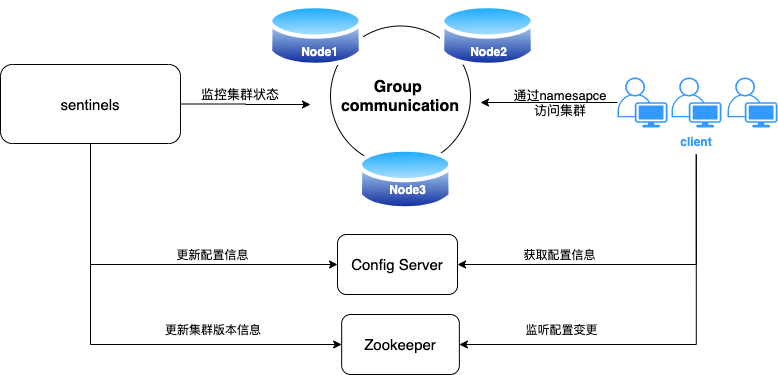
a306388298/test keeps this draw.io diagram as pxc cluster.png. Above is the earlier version. Source tidied: cells renumbered, new cells last; positions are measured from the earlier drawing's top-left corner, leaving out a move shared by most shapes. Its diagram source:
```xml
<mxGraphModel>
  <root>
    <mxCell id="0" />
    <mxCell id="1" parent="0" />
    <mxCell id="2" value="&lt;b style=&quot;font-size: 16px&quot;&gt;Group &lt;br&gt;communication&lt;/b&gt;" style="ellipse;whiteSpace=wrap;html=1;" parent="1" vertex="1">
      <mxGeometry x="330" y="25.5" width="140" height="140" as="geometry" />
    </mxCell>
    <mxCell id="3" style="perimeter=ellipsePerimeter;html=1;align=center;shadow=0;dashed=0;spacingTop=3;image;image=img/lib/active_directory/database.svg;verticalAlign=bottom;" parent="1" vertex="1">
      <mxGeometry x="268" y="0.5" width="94.6" height="70" as="geometry" />
    </mxCell>
    <mxCell id="4" value="Node1" style="rounded=0;whiteSpace=wrap;html=1;labelBackgroundColor=none;labelBorderColor=none;strokeColor=none;fillColor=none;fontColor=#FFFFFF;fontStyle=1;" parent="1" vertex="1">
      <mxGeometry x="274.6" y="40.5" width="89" height="20" as="geometry" />
    </mxCell>
    <mxCell id="5" style="perimeter=ellipsePerimeter;html=1;align=center;shadow=0;dashed=0;spacingTop=3;image;image=img/lib/active_directory/database.svg;verticalAlign=bottom;" parent="1" vertex="1">
      <mxGeometry x="357.7" y="144" width="94.6" height="70" as="geometry" />
    </mxCell>
    <mxCell id="6" value="Node3" style="rounded=0;whiteSpace=wrap;html=1;labelBackgroundColor=none;labelBorderColor=none;strokeColor=none;fillColor=none;fontColor=#FFFFFF;fontStyle=1;" parent="1" vertex="1">
      <mxGeometry x="361.7" y="174" width="90.5" height="30" as="geometry" />
    </mxCell>
    <mxCell id="7" style="perimeter=ellipsePerimeter;html=1;align=center;shadow=0;dashed=0;spacingTop=3;image;image=img/lib/active_directory/database.svg;verticalAlign=bottom;" parent="1" vertex="1">
      <mxGeometry x="440" y="0.5" width="94.6" height="70" as="geometry" />
    </mxCell>
    <mxCell id="8" value="Node2" style="rounded=0;whiteSpace=wrap;html=1;labelBackgroundColor=none;labelBorderColor=none;strokeColor=none;fillColor=none;fontColor=#FFFFFF;fontStyle=1;" parent="1" vertex="1">
      <mxGeometry x="442" y="40.5" width="92.7" height="20" as="geometry" />
    </mxCell>
    <mxCell id="9" style="points=[[0.35,0,0],[0.98,0.51,0],[1,0.71,0],[0.67,1,0],[0,0.795,0],[0,0.65,0]];verticalLabelPosition=bottom;html=1;verticalAlign=top;align=center;shape=mxgraph.cisco19.user;strokeColor=none;fillColor=#3399FF;" parent="1" vertex="1">
      <mxGeometry x="671" y="77" width="50" height="50" as="geometry" />
    </mxCell>
    <mxCell id="10" style="edgeStyle=orthogonalEdgeStyle;rounded=0;jettySize=auto;html=1;" parent="1" edge="1" source="11">
      <mxGeometry relative="1" as="geometry">
        <mxPoint x="480" y="102" as="targetPoint" />
      </mxGeometry>
    </mxCell>
    <mxCell id="11" style="points=[[0.35,0,0],[0.98,0.51,0],[1,0.71,0],[0.67,1,0],[0,0.795,0],[0,0.65,0]];verticalLabelPosition=bottom;html=1;verticalAlign=top;align=center;shape=mxgraph.cisco19.user;strokeColor=none;fillColor=#3399FF;" parent="1" vertex="1">
      <mxGeometry x="617" y="77" width="50" height="50" as="geometry" />
    </mxCell>
    <mxCell id="12" style="verticalLabelPosition=bottom;html=1;verticalAlign=top;align=center;shape=mxgraph.cisco19.user;strokeColor=none;fillColor=#3399FF;" parent="1" vertex="1">
      <mxGeometry x="727" y="77" width="50" height="50" as="geometry" />
    </mxCell>
    <mxCell id="13" style="edgeStyle=orthogonalEdgeStyle;rounded=0;jettySize=auto;html=1;exitX=0.5;exitY=1;exitDx=0;exitDy=0;entryX=1;entryY=0.5;entryDx=0;entryDy=0;" parent="1" edge="1" source="15" target="23">
      <mxGeometry relative="1" as="geometry" />
    </mxCell>
    <mxCell id="14" style="edgeStyle=orthogonalEdgeStyle;rounded=0;jettySize=auto;html=1;exitX=0.5;exitY=1;exitDx=0;exitDy=0;entryX=1;entryY=0.5;entryDx=0;entryDy=0;" parent="1" edge="1" source="15" target="24">
      <mxGeometry relative="1" as="geometry" />
    </mxCell>
    <mxCell id="15" value="&lt;font color=&quot;#3399ff&quot;&gt;&lt;b&gt;client&lt;/b&gt;&lt;/font&gt;" style="rounded=1;whiteSpace=wrap;html=1;fillColor=none;strokeColor=none;" parent="1" vertex="1">
      <mxGeometry x="652" y="127" width="87.5" height="27" as="geometry" />
    </mxCell>
    <mxCell id="16" style="edgeStyle=orthogonalEdgeStyle;rounded=0;jettySize=auto;html=1;exitX=1;exitY=0.5;exitDx=0;exitDy=0;" parent="1" edge="1" source="19">
      <mxGeometry relative="1" as="geometry">
        <mxPoint x="310" y="104" as="targetPoint" />
      </mxGeometry>
    </mxCell>
    <mxCell id="17" style="edgeStyle=orthogonalEdgeStyle;rounded=0;jettySize=auto;html=1;exitX=0.5;exitY=1;exitDx=0;exitDy=0;entryX=0;entryY=0.5;entryDx=0;entryDy=0;" parent="1" edge="1" source="19" target="23">
      <mxGeometry relative="1" as="geometry" />
    </mxCell>
    <mxCell id="18" style="edgeStyle=orthogonalEdgeStyle;rounded=0;jettySize=auto;html=1;exitX=0.5;exitY=1;exitDx=0;exitDy=0;entryX=0;entryY=0.5;entryDx=0;entryDy=0;" parent="1" edge="1" source="19" target="24">
      <mxGeometry relative="1" as="geometry" />
    </mxCell>
    <mxCell id="19" value="&lt;span style=&quot;font-size: 15px&quot;&gt;sentinels&lt;/span&gt;" style="rounded=1;whiteSpace=wrap;html=1;" parent="1" vertex="1">
      <mxGeometry y="64" width="180" height="79" as="geometry" />
    </mxCell>
    <mxCell id="20" value="&lt;font style=&quot;font-size: 13px&quot;&gt;监控集群状态&lt;/font&gt;" style="text;html=1;strokeColor=none;fillColor=none;align=center;verticalAlign=middle;whiteSpace=wrap;rounded=0;" parent="1" vertex="1">
      <mxGeometry x="200" y="84" width="80" height="20" as="geometry" />
    </mxCell>
    <mxCell id="21" value="获取配置信息" style="text;html=1;strokeColor=none;fillColor=none;align=center;verticalAlign=middle;whiteSpace=wrap;rounded=0;" parent="1" vertex="1">
      <mxGeometry x="517.3" y="244" width="85.4" height="20" as="geometry" />
    </mxCell>
    <mxCell id="22" value="&lt;font style=&quot;font-size: 13px&quot;&gt;通过namesapce&lt;br&gt;访问集群&lt;br&gt;&lt;/font&gt;" style="text;html=1;strokeColor=none;fillColor=none;align=center;verticalAlign=middle;whiteSpace=wrap;rounded=0;" parent="1" vertex="1">
      <mxGeometry x="510" y="82" width="100" height="40" as="geometry" />
    </mxCell>
    <mxCell id="23" value="&lt;span style=&quot;font-size: 15px&quot;&gt;Config Server&lt;/span&gt;" style="rounded=1;whiteSpace=wrap;html=1;" parent="1" vertex="1">
      <mxGeometry x="337" y="234" width="120" height="60" as="geometry" />
    </mxCell>
    <mxCell id="24" value="&lt;span style=&quot;font-size: 15px&quot;&gt;Zookeeper&lt;/span&gt;" style="rounded=1;whiteSpace=wrap;html=1;" parent="1" vertex="1">
      <mxGeometry x="341.2" y="314" width="117.7" height="60" as="geometry" />
    </mxCell>
    <mxCell id="25" value="监听配置变更" style="text;html=1;strokeColor=none;fillColor=none;align=center;verticalAlign=middle;whiteSpace=wrap;rounded=0;" parent="1" vertex="1">
      <mxGeometry x="510" y="319" width="102.7" height="20" as="geometry" />
    </mxCell>
    <mxCell id="26" value="更新配置信息" style="text;html=1;strokeColor=none;fillColor=none;align=center;verticalAlign=middle;whiteSpace=wrap;rounded=0;" parent="1" vertex="1">
      <mxGeometry x="170" y="244" width="85.4" height="20" as="geometry" />
    </mxCell>
    <mxCell id="27" value="更新集群版本信息" style="text;html=1;strokeColor=none;fillColor=none;align=center;verticalAlign=middle;whiteSpace=wrap;rounded=0;" parent="1" vertex="1">
      <mxGeometry x="162.7" y="319" width="100" height="20" as="geometry" />
    </mxCell>
  </root>
</mxGraphModel>
```
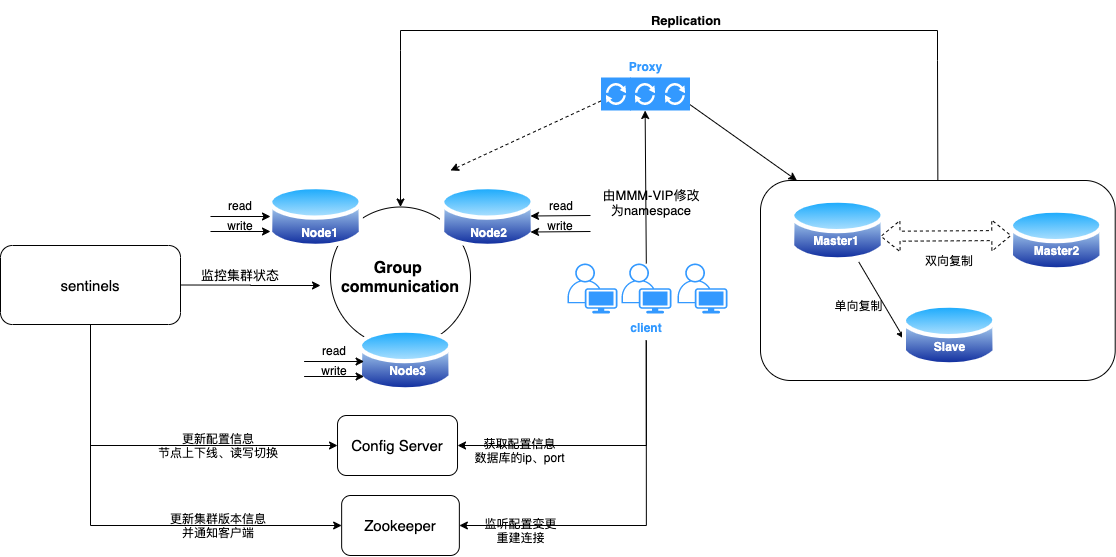
Above is the later version.

Diff of the diagram source:
```diff
@@ -2,6 +2,19 @@
   <root>
     <mxCell id="0" />
     <mxCell id="1" parent="0" />
+    <mxCell id="28" style="edgeStyle=none;rounded=0;jettySize=auto;html=1;exitX=0.5;exitY=0;exitDx=0;exitDy=0;entryX=0.5;entryY=0;entryDx=0;entryDy=0;" parent="1" edge="1" source="29" target="2">
+      <mxGeometry relative="1" as="geometry">
+        <Array as="points">
+          <mxPoint x="937" y="-121" />
+          <mxPoint x="937" y="-151" />
+          <mxPoint x="400" y="-151" />
+          <mxPoint x="400" y="-131" />
+        </Array>
+      </mxGeometry>
+    </mxCell>
+    <mxCell id="29" style="rounded=1;whiteSpace=wrap;html=1;" parent="1" vertex="1">
+      <mxGeometry x="760" y="-1" width="354.7" height="200" as="geometry" />
+    </mxCell>
     <mxCell id="2" value="&lt;b style=&quot;font-size: 16px&quot;&gt;Group &lt;br&gt;communication&lt;/b&gt;" style="ellipse;whiteSpace=wrap;html=1;" parent="1" vertex="1">
       <mxGeometry x="330" y="25.5" width="140" height="140" as="geometry" />
     </mxCell>
@@ -23,19 +36,17 @@
     <mxCell id="8" value="Node2" style="rounded=0;whiteSpace=wrap;html=1;labelBackgroundColor=none;labelBorderColor=none;strokeColor=none;fillColor=none;fontColor=#FFFFFF;fontStyle=1;" parent="1" vertex="1">
       <mxGeometry x="442" y="40.5" width="92.7" height="20" as="geometry" />
     </mxCell>
+    <mxCell id="30" style="edgeStyle=none;rounded=0;jettySize=auto;html=1;" parent="1" edge="1" source="9" target="53">
+      <mxGeometry relative="1" as="geometry" />
+    </mxCell>
     <mxCell id="9" style="points=[[0.35,0,0],[0.98,0.51,0],[1,0.71,0],[0.67,1,0],[0,0.795,0],[0,0.65,0]];verticalLabelPosition=bottom;html=1;verticalAlign=top;align=center;shape=mxgraph.cisco19.user;strokeColor=none;fillColor=#3399FF;" parent="1" vertex="1">
-      <mxGeometry x="671" y="77" width="50" height="50" as="geometry" />
+      <mxGeometry x="621" y="82" width="50" height="50" as="geometry" />
     </mxCell>
-    <mxCell id="10" style="edgeStyle=orthogonalEdgeStyle;rounded=0;jettySize=auto;html=1;" parent="1" edge="1" source="11">
-      <mxGeometry relative="1" as="geometry">
-        <mxPoint x="480" y="102" as="targetPoint" />
-      </mxGeometry>
-    </mxCell>
     <mxCell id="11" style="points=[[0.35,0,0],[0.98,0.51,0],[1,0.71,0],[0.67,1,0],[0,0.795,0],[0,0.65,0]];verticalLabelPosition=bottom;html=1;verticalAlign=top;align=center;shape=mxgraph.cisco19.user;strokeColor=none;fillColor=#3399FF;" parent="1" vertex="1">
-      <mxGeometry x="617" y="77" width="50" height="50" as="geometry" />
+      <mxGeometry x="567" y="82" width="50" height="50" as="geometry" />
     </mxCell>
     <mxCell id="12" style="verticalLabelPosition=bottom;html=1;verticalAlign=top;align=center;shape=mxgraph.cisco19.user;strokeColor=none;fillColor=#3399FF;" parent="1" vertex="1">
-      <mxGeometry x="727" y="77" width="50" height="50" as="geometry" />
+      <mxGeometry x="677" y="82" width="50" height="50" as="geometry" />
     </mxCell>
     <mxCell id="13" style="edgeStyle=orthogonalEdgeStyle;rounded=0;jettySize=auto;html=1;exitX=0.5;exitY=1;exitDx=0;exitDy=0;entryX=1;entryY=0.5;entryDx=0;entryDy=0;" parent="1" edge="1" source="15" target="23">
       <mxGeometry relative="1" as="geometry" />
@@ -44,11 +55,11 @@
       <mxGeometry relative="1" as="geometry" />
     </mxCell>
     <mxCell id="15" value="&lt;font color=&quot;#3399ff&quot;&gt;&lt;b&gt;client&lt;/b&gt;&lt;/font&gt;" style="rounded=1;whiteSpace=wrap;html=1;fillColor=none;strokeColor=none;" parent="1" vertex="1">
-      <mxGeometry x="652" y="127" width="87.5" height="27" as="geometry" />
+      <mxGeometry x="602" y="132" width="87.5" height="27" as="geometry" />
     </mxCell>
     <mxCell id="16" style="edgeStyle=orthogonalEdgeStyle;rounded=0;jettySize=auto;html=1;exitX=1;exitY=0.5;exitDx=0;exitDy=0;" parent="1" edge="1" source="19">
       <mxGeometry relative="1" as="geometry">
-        <mxPoint x="310" y="104" as="targetPoint" />
+        <mxPoint x="320" y="104" as="targetPoint" />
       </mxGeometry>
     </mxCell>
     <mxCell id="17" style="edgeStyle=orthogonalEdgeStyle;rounded=0;jettySize=auto;html=1;exitX=0.5;exitY=1;exitDx=0;exitDy=0;entryX=0;entryY=0.5;entryDx=0;entryDy=0;" parent="1" edge="1" source="19" target="23">
@@ -63,11 +74,11 @@
     <mxCell id="20" value="&lt;font style=&quot;font-size: 13px&quot;&gt;监控集群状态&lt;/font&gt;" style="text;html=1;strokeColor=none;fillColor=none;align=center;verticalAlign=middle;whiteSpace=wrap;rounded=0;" parent="1" vertex="1">
       <mxGeometry x="200" y="84" width="80" height="20" as="geometry" />
     </mxCell>
-    <mxCell id="21" value="获取配置信息" style="text;html=1;strokeColor=none;fillColor=none;align=center;verticalAlign=middle;whiteSpace=wrap;rounded=0;" parent="1" vertex="1">
-      <mxGeometry x="517.3" y="244" width="85.4" height="20" as="geometry" />
+    <mxCell id="21" value="获取配置信息&lt;br&gt;数据库的ip、port" style="text;html=1;strokeColor=none;fillColor=none;align=center;verticalAlign=middle;whiteSpace=wrap;rounded=0;" parent="1" vertex="1">
+      <mxGeometry x="468.6" y="259" width="101.3" height="20" as="geometry" />
     </mxCell>
-    <mxCell id="22" value="&lt;font style=&quot;font-size: 13px&quot;&gt;通过namesapce&lt;br&gt;访问集群&lt;br&gt;&lt;/font&gt;" style="text;html=1;strokeColor=none;fillColor=none;align=center;verticalAlign=middle;whiteSpace=wrap;rounded=0;" parent="1" vertex="1">
-      <mxGeometry x="510" y="82" width="100" height="40" as="geometry" />
+    <mxCell id="22" value="&lt;font style=&quot;font-size: 13px&quot;&gt;由MMM-VIP修改为namespace&lt;br&gt;&lt;/font&gt;" style="text;html=1;strokeColor=none;fillColor=none;align=center;verticalAlign=middle;whiteSpace=wrap;rounded=0;" parent="1" vertex="1">
+      <mxGeometry x="600.5" y="0.5" width="100" height="40" as="geometry" />
     </mxCell>
     <mxCell id="23" value="&lt;span style=&quot;font-size: 15px&quot;&gt;Config Server&lt;/span&gt;" style="rounded=1;whiteSpace=wrap;html=1;" parent="1" vertex="1">
       <mxGeometry x="337" y="234" width="120" height="60" as="geometry" />
@@ -75,14 +86,123 @@
     <mxCell id="24" value="&lt;span style=&quot;font-size: 15px&quot;&gt;Zookeeper&lt;/span&gt;" style="rounded=1;whiteSpace=wrap;html=1;" parent="1" vertex="1">
       <mxGeometry x="341.2" y="314" width="117.7" height="60" as="geometry" />
     </mxCell>
-    <mxCell id="25" value="监听配置变更" style="text;html=1;strokeColor=none;fillColor=none;align=center;verticalAlign=middle;whiteSpace=wrap;rounded=0;" parent="1" vertex="1">
-      <mxGeometry x="510" y="319" width="102.7" height="20" as="geometry" />
+    <mxCell id="25" value="监听配置变更&lt;br&gt;重建连接" style="text;html=1;strokeColor=none;fillColor=none;align=center;verticalAlign=middle;whiteSpace=wrap;rounded=0;" parent="1" vertex="1">
+      <mxGeometry x="468.6" y="326.5" width="102.7" height="45" as="geometry" />
     </mxCell>
-    <mxCell id="26" value="更新配置信息" style="text;html=1;strokeColor=none;fillColor=none;align=center;verticalAlign=middle;whiteSpace=wrap;rounded=0;" parent="1" vertex="1">
-      <mxGeometry x="170" y="244" width="85.4" height="20" as="geometry" />
+    <mxCell id="26" value="更新配置信息&lt;br&gt;节点上下线、读写切换" style="text;html=1;strokeColor=none;fillColor=none;align=center;verticalAlign=middle;whiteSpace=wrap;rounded=0;" parent="1" vertex="1">
+      <mxGeometry x="148" y="254" width="140" height="20" as="geometry" />
     </mxCell>
-    <mxCell id="27" value="更新集群版本信息" style="text;html=1;strokeColor=none;fillColor=none;align=center;verticalAlign=middle;whiteSpace=wrap;rounded=0;" parent="1" vertex="1">
-      <mxGeometry x="162.7" y="319" width="100" height="20" as="geometry" />
+    <mxCell id="27" value="更新集群版本信息&lt;br&gt;并通知客户端" style="text;html=1;strokeColor=none;fillColor=none;align=center;verticalAlign=middle;whiteSpace=wrap;rounded=0;" parent="1" vertex="1">
+      <mxGeometry x="168" y="334" width="100" height="20" as="geometry" />
     </mxCell>
+    <mxCell id="31" style="endArrow=classic;html=1;" parent="1" edge="1">
+      <mxGeometry relative="1" as="geometry">
+        <mxPoint x="210" y="35" as="sourcePoint" />
+        <mxPoint x="270" y="35" as="targetPoint" />
+      </mxGeometry>
+    </mxCell>
+    <mxCell id="32" style="endArrow=classic;html=1;" parent="1" edge="1">
+      <mxGeometry relative="1" as="geometry">
+        <mxPoint x="210" y="50" as="sourcePoint" />
+        <mxPoint x="270" y="50" as="targetPoint" />
+      </mxGeometry>
+    </mxCell>
+    <mxCell id="33" value="read" style="text;html=1;strokeColor=none;fillColor=none;align=center;verticalAlign=middle;whiteSpace=wrap;rounded=0;" parent="1" vertex="1">
+      <mxGeometry x="220" y="14" width="40" height="20" as="geometry" />
+    </mxCell>
+    <mxCell id="34" value="write" style="text;html=1;strokeColor=none;fillColor=none;align=center;verticalAlign=middle;whiteSpace=wrap;rounded=0;" parent="1" vertex="1">
+      <mxGeometry x="220" y="34" width="40" height="20" as="geometry" />
+    </mxCell>
+    <mxCell id="35" style="endArrow=classic;html=1;" parent="1" edge="1">
+      <mxGeometry relative="1" as="geometry">
+        <mxPoint x="303.6" y="180" as="sourcePoint" />
+        <mxPoint x="363.6" y="180" as="targetPoint" />
+      </mxGeometry>
+    </mxCell>
+    <mxCell id="36" style="endArrow=classic;html=1;" parent="1" edge="1">
+      <mxGeometry relative="1" as="geometry">
+        <mxPoint x="303.6" y="195" as="sourcePoint" />
+        <mxPoint x="363.6" y="195" as="targetPoint" />
+      </mxGeometry>
+    </mxCell>
+    <mxCell id="37" value="read" style="text;html=1;strokeColor=none;fillColor=none;align=center;verticalAlign=middle;whiteSpace=wrap;rounded=0;" parent="1" vertex="1">
+      <mxGeometry x="313.6" y="159" width="40" height="20" as="geometry" />
+    </mxCell>
+    <mxCell id="38" value="write" style="text;html=1;strokeColor=none;fillColor=none;align=center;verticalAlign=middle;whiteSpace=wrap;rounded=0;" parent="1" vertex="1">
+      <mxGeometry x="313.6" y="179" width="40" height="20" as="geometry" />
+    </mxCell>
+    <mxCell id="39" style="endArrow=classic;html=1;" parent="1" edge="1">
+      <mxGeometry relative="1" as="geometry">
+        <mxPoint x="590" y="34" as="sourcePoint" />
+        <mxPoint x="530" y="34.5" as="targetPoint" />
+      </mxGeometry>
+    </mxCell>
+    <mxCell id="40" value="read" style="text;html=1;strokeColor=none;fillColor=none;align=center;verticalAlign=middle;whiteSpace=wrap;rounded=0;" parent="1" vertex="1">
+      <mxGeometry x="541.4" y="14" width="40" height="20" as="geometry" />
+    </mxCell>
+    <mxCell id="41" value="write" style="text;html=1;strokeColor=none;fillColor=none;align=center;verticalAlign=middle;whiteSpace=wrap;rounded=0;" parent="1" vertex="1">
+      <mxGeometry x="540" y="34" width="40" height="20" as="geometry" />
+    </mxCell>
+    <mxCell id="42" style="endArrow=classic;html=1;" parent="1" edge="1">
+      <mxGeometry relative="1" as="geometry">
+        <mxPoint x="590" y="50" as="sourcePoint" />
+        <mxPoint x="530" y="50.5" as="targetPoint" />
+      </mxGeometry>
+    </mxCell>
+    <mxCell id="43" style="edgeStyle=none;rounded=0;jettySize=auto;html=1;exitX=0.75;exitY=1;exitDx=0;exitDy=0;entryX=0;entryY=0.25;entryDx=0;entryDy=0;" parent="1" edge="1" source="44" target="47">
+      <mxGeometry relative="1" as="geometry" />
+    </mxCell>
+    <mxCell id="44" style="perimeter=ellipsePerimeter;html=1;align=center;shadow=0;dashed=0;spacingTop=3;image;image=img/lib/active_directory/database.svg;verticalAlign=bottom;" parent="1" vertex="1">
+      <mxGeometry x="790" y="14" width="94.6" height="70" as="geometry" />
+    </mxCell>
+    <mxCell id="45" value="Master1" style="rounded=0;whiteSpace=wrap;html=1;labelBackgroundColor=none;labelBorderColor=none;strokeColor=none;fillColor=none;fontColor=#FFFFFF;fontStyle=1;" parent="1" vertex="1">
+      <mxGeometry x="792" y="44" width="88" height="30" as="geometry" />
+    </mxCell>
+    <mxCell id="46" style="perimeter=ellipsePerimeter;html=1;align=center;shadow=0;dashed=0;spacingTop=3;image;image=img/lib/active_directory/database.svg;verticalAlign=bottom;" parent="1" vertex="1">
+      <mxGeometry x="901.7" y="119" width="94.6" height="70" as="geometry" />
+    </mxCell>
+    <mxCell id="47" value="Slave" style="rounded=0;whiteSpace=wrap;html=1;labelBackgroundColor=none;labelBorderColor=none;strokeColor=none;fillColor=none;fontColor=#FFFFFF;fontStyle=1;" parent="1" vertex="1">
+      <mxGeometry x="903.7" y="150" width="90.5" height="30" as="geometry" />
+    </mxCell>
+    <mxCell id="48" style="perimeter=ellipsePerimeter;html=1;align=center;shadow=0;dashed=0;spacingTop=3;image;image=img/lib/active_directory/database.svg;verticalAlign=bottom;" parent="1" vertex="1">
+      <mxGeometry x="1008.8" y="24" width="94.6" height="70" as="geometry" />
+    </mxCell>
+    <mxCell id="49" value="Master2" style="rounded=0;whiteSpace=wrap;html=1;labelBackgroundColor=none;labelBorderColor=none;strokeColor=none;fillColor=none;fontColor=#FFFFFF;fontStyle=1;" parent="1" vertex="1">
+      <mxGeometry x="1010.8" y="54" width="90.5" height="30" as="geometry" />
+    </mxCell>
+    <mxCell id="50" value="单向复制" style="rounded=0;whiteSpace=wrap;html=1;strokeColor=none;fillColor=none;" parent="1" vertex="1">
+      <mxGeometry x="813.2" y="109" width="90.5" height="30" as="geometry" />
+    </mxCell>
+    <mxCell id="51" style="edgeStyle=none;rounded=0;jettySize=auto;html=1;dashed=1;" parent="1" edge="1" source="52">
+      <mxGeometry relative="1" as="geometry">
+        <mxPoint x="450" y="-11" as="targetPoint" />
+      </mxGeometry>
+    </mxCell>
+    <mxCell id="52" style="shadow=0;dashed=0;html=1;strokeColor=none;labelPosition=center;verticalLabelPosition=bottom;verticalAlign=top;align=center;outlineConnect=0;shape=mxgraph.veeam.2d.proxy;fillColor=#3399FF;" parent="1" vertex="1">
+      <mxGeometry x="600.5" y="-104" width="30" height="33" as="geometry" />
+    </mxCell>
+    <mxCell id="53" style="shadow=0;dashed=0;html=1;strokeColor=none;labelPosition=center;verticalLabelPosition=bottom;verticalAlign=top;align=center;outlineConnect=0;shape=mxgraph.veeam.2d.proxy;fillColor=#3399FF;" parent="1" vertex="1">
+      <mxGeometry x="629.5" y="-104" width="30" height="33" as="geometry" />
+    </mxCell>
+    <mxCell id="54" style="edgeStyle=none;rounded=0;jettySize=auto;html=1;" parent="1" edge="1" source="55" target="29">
+      <mxGeometry relative="1" as="geometry" />
+    </mxCell>
+    <mxCell id="55" style="shadow=0;dashed=0;html=1;strokeColor=none;labelPosition=center;verticalLabelPosition=bottom;verticalAlign=top;align=center;outlineConnect=0;shape=mxgraph.veeam.2d.proxy;fillColor=#3399FF;" parent="1" vertex="1">
+      <mxGeometry x="659.5" y="-104" width="30" height="33" as="geometry" />
+    </mxCell>
+    <mxCell id="56" value="&lt;font color=&quot;#3399ff&quot;&gt;&lt;b&gt;Proxy&lt;/b&gt;&lt;/font&gt;" style="rounded=1;whiteSpace=wrap;html=1;fillColor=none;strokeColor=none;" parent="1" vertex="1">
+      <mxGeometry x="613" y="-121" width="65" height="13" as="geometry" />
+    </mxCell>
+    <mxCell id="57" value="&lt;font style=&quot;font-size: 13px&quot;&gt;&lt;b&gt;Replication&lt;/b&gt;&lt;br&gt;&lt;/font&gt;" style="text;html=1;strokeColor=none;fillColor=none;align=center;verticalAlign=middle;whiteSpace=wrap;rounded=0;" parent="1" vertex="1">
+      <mxGeometry x="630.5" y="-181" width="109.5" height="40" as="geometry" />
+    </mxCell>
+    <mxCell id="58" style="shape=flexArrow;endArrow=classic;startArrow=classic;html=1;dashed=1;entryX=0;entryY=0;entryDx=0;entryDy=0;" parent="1" edge="1" target="49">
+      <mxGeometry relative="1" as="geometry">
+        <mxPoint x="880" y="54.8" as="sourcePoint" />
+      </mxGeometry>
+    </mxCell>
+    <mxCell id="59" value="双向复制" style="rounded=0;whiteSpace=wrap;html=1;strokeColor=none;fillColor=none;" parent="1" vertex="1">
+      <mxGeometry x="914.8" y="64" width="68.3" height="30" as="geometry" />
+    </mxCell>
   </root>
 </mxGraphModel>
```
